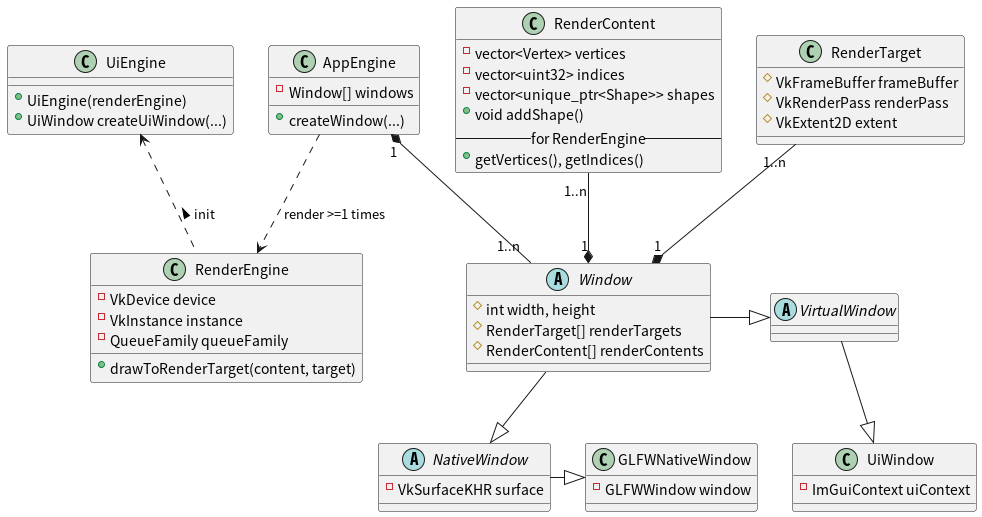
This is uml/overall-structure.png from ikulab/ikulab-motion-viewer, a PlantUML export, as it was before one commit. The source it was exported from:
```plantuml
@startuml overall-structure

class AppEngine {
	- Window[] windows
	+ createWindow(...)
}

class RenderEngine {
	- VkDevice device
	- VkInstance instance
	- QueueFamily queueFamily

	+ drawToRenderTarget(content, target)
}

class UiEngine {
	+ UiEngine(renderEngine)
	+ UiWindow createUiWindow(...)
}

abstract Window {
	# int width, height
	# RenderTarget[] renderTargets
	# RenderContent[] renderContents
}
abstract NativeWindow {
	- VkSurfaceKHR surface
}
class GLFWNativeWindow {
	- GLFWWindow window
}

abstract VirtualWindow {}
class UiWindow {
	- ImGuiContext uiContext
}

class RenderTarget {
	# VkFrameBuffer frameBuffer
	# VkRenderPass renderPass
	# VkExtent2D extent
}
class RenderContent {
	- vector<Vertex> vertices
	- vector<uint32> indices
	- vector<unique_ptr<Shape>> shapes
	+ void addShape()
	-- for RenderEngine --
	+ getVertices(), getIndices()
}

AppEngine "1" *-- "1..n" Window

Window --|> NativeWindow
NativeWindow -|> GLFWNativeWindow
Window -|> VirtualWindow
VirtualWindow --|> UiWindow

RenderTarget "1..n" --* "1" Window
RenderContent "1..n" --* "1" Window

AppEngine ..> RenderEngine : render >=1 times
UiEngine <.. RenderEngine : < init


@enduml
```
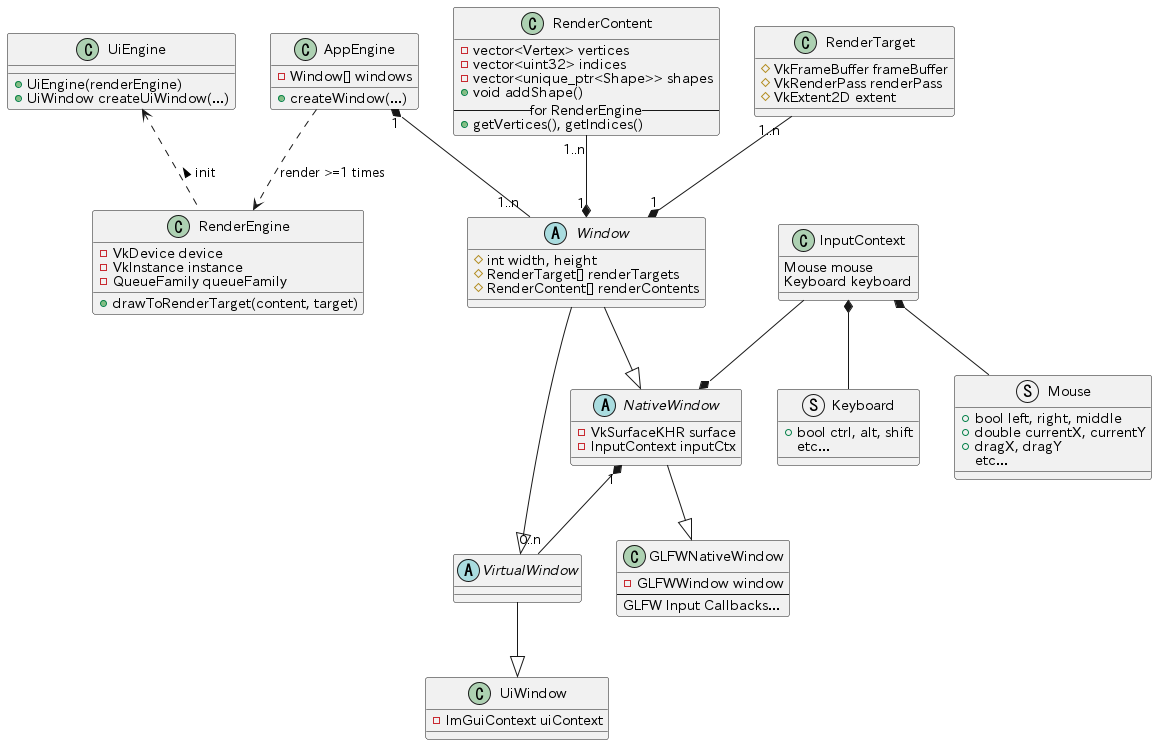
After the change.

Diff of the diagram source:
```diff
@@ -25,14 +25,34 @@
 }
 abstract NativeWindow {
 	- VkSurfaceKHR surface
+	- InputContext inputCtx
 }
 class GLFWNativeWindow {
 	- GLFWWindow window
+	----
+	GLFW Input Callbacks...
 }
 
 abstract VirtualWindow {}
 class UiWindow {
 	- ImGuiContext uiContext
+}
+
+class InputContext {
+	Mouse mouse
+	Keyboard keyboard
+}
+
+struct Mouse {
+	+ bool left, right, middle
+	+ double currentX, currentY
+	+ dragX, dragY
+	etc...
+}
+
+struct Keyboard {
+	+ bool ctrl, alt, shift
+	etc...
 }
 
 class RenderTarget {
@@ -52,15 +72,20 @@
 AppEngine "1" *-- "1..n" Window
 
 Window --|> NativeWindow
-NativeWindow -|> GLFWNativeWindow
-Window -|> VirtualWindow
+NativeWindow --|> GLFWNativeWindow
+Window --|> VirtualWindow
 VirtualWindow --|> UiWindow
+NativeWindow "1" *-- "0..n" VirtualWindow
 
 RenderTarget "1..n" --* "1" Window
 RenderContent "1..n" --* "1" Window
+InputContext --* NativeWindow
 
 AppEngine ..> RenderEngine : render >=1 times
 UiEngine <.. RenderEngine : < init
 
+InputContext *-- Mouse
+InputContext *-- Keyboard
+
 
 @enduml
```
